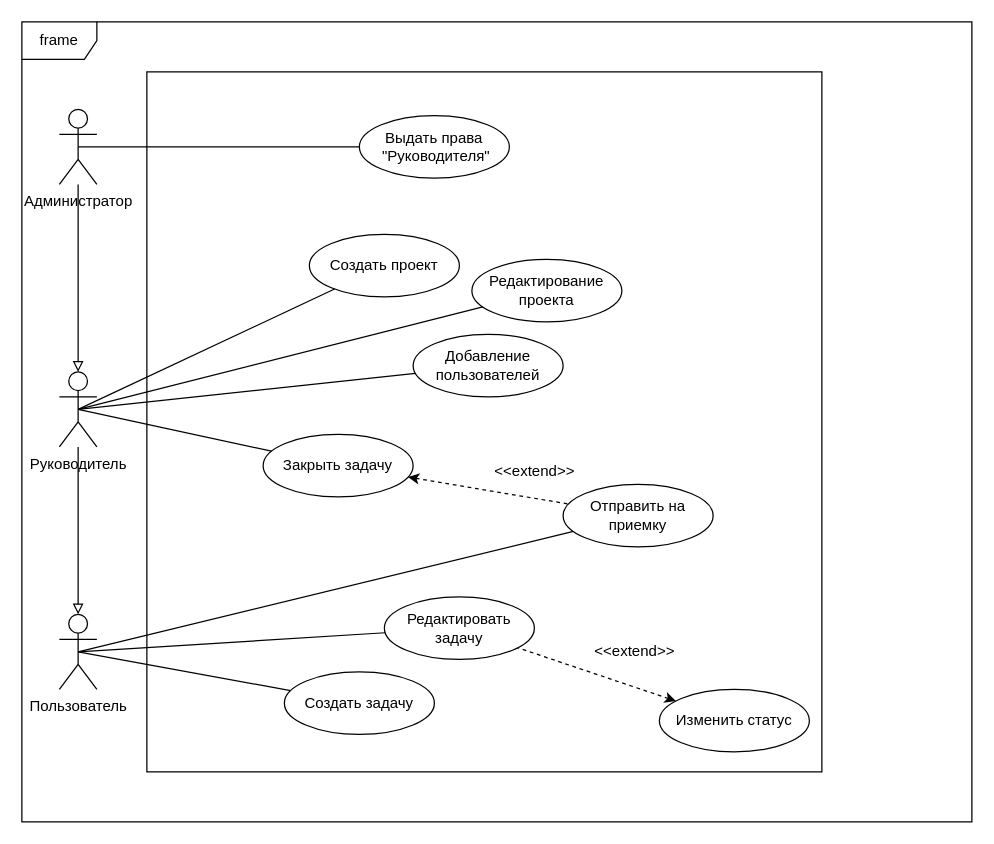
chenko16/task-managment keeps this draw.io diagram as docs/diagrams/useCase/base.drawio. Above is the earlier version. Source tidied: cells renumbered, new cells numbered last; positions are measured from the earlier drawing's top-left corner, leaving out a move shared by most shapes. Both pictures are drawn from the tidied source at 125%, with x=0, y=0 at pixel (21, 21).
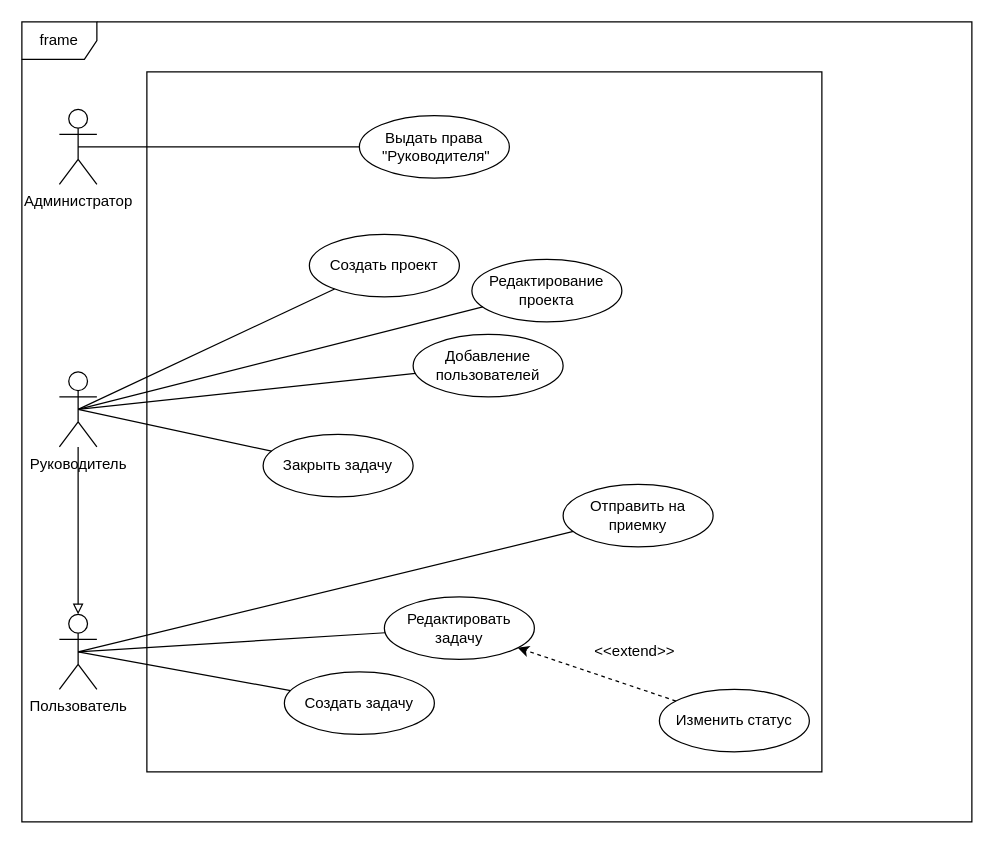
After the change.

Commit message (it also covers changes not shown here):
Изменения даиграммы активности и диаграммы тестов

Unchanged cells that the change refers to:
```xml
<mxCell id="4" value="Руководитель" style="shape=umlActor;verticalLabelPosition=bottom;labelBackgroundColor=#ffffff;verticalAlign=top;html=1;outlineConnect=0;" parent="1" vertex="1">
  <mxGeometry x="30" y="280" width="30" height="60" as="geometry" />
</mxCell>
<mxCell id="5" value="Администратор" style="shape=umlActor;verticalLabelPosition=bottom;labelBackgroundColor=#ffffff;verticalAlign=top;html=1;outlineConnect=0;" parent="1" vertex="1">
  <mxGeometry x="30" y="70" width="30" height="60" as="geometry" />
</mxCell>
<mxCell id="20" value="Закрыть задачу" style="ellipse;whiteSpace=wrap;html=1;" parent="1" vertex="1">
  <mxGeometry x="193" y="330" width="120" height="50" as="geometry" />
</mxCell>
<mxCell id="23" value="Редактировать задачу" style="ellipse;whiteSpace=wrap;html=1;" parent="1" vertex="1">
  <mxGeometry x="290" y="460" width="120" height="50" as="geometry" />
</mxCell>
<mxCell id="24" value="Изменить статус" style="ellipse;whiteSpace=wrap;html=1;" parent="1" vertex="1">
  <mxGeometry x="510" y="534" width="120" height="50" as="geometry" />
</mxCell>
<mxCell id="27" value="Отправить на приемку" style="ellipse;whiteSpace=wrap;html=1;" parent="1" vertex="1">
  <mxGeometry x="433" y="370" width="120" height="50" as="geometry" />
</mxCell>
```

What changed in the source:
```diff
@@
-    <mxCell id="11" style="endArrow=block;html=1;entryX=0.5;entryY=0;entryDx=0;entryDy=0;entryPerimeter=0;endFill=0;" parent="1" edge="1" source="5" target="4">
-      <mxGeometry relative="1" as="geometry" />
-    </mxCell>
@@
-    <mxCell id="25" style="edgeStyle=none;rounded=0;jettySize=auto;html=1;endArrow=none;endFill=0;startArrow=classic;startFill=1;dashed=1;" parent="1" edge="1" source="24" target="23">
+    <mxCell id="25" style="edgeStyle=none;rounded=0;jettySize=auto;html=1;endArrow=classic;endFill=1;startArrow=none;startFill=0;dashed=1;" parent="1" edge="1" source="24" target="23">
       <mxGeometry relative="1" as="geometry" />
     </mxCell>
@@
-    <mxCell id="28" style="edgeStyle=none;rounded=0;jettySize=auto;html=1;dashed=1;startArrow=classic;startFill=1;endArrow=none;endFill=0;" parent="1" edge="1" source="20" target="27">
-      <mxGeometry relative="1" as="geometry" />
-    </mxCell>
-    <mxCell id="29" value="&amp;lt;&amp;lt;extend&amp;gt;&amp;gt;" style="text;html=1;align=center;verticalAlign=middle;" parent="1" vertex="1">
-      <mxGeometry x="370" y="350" width="80" height="20" as="geometry" />
-    </mxCell>
```
